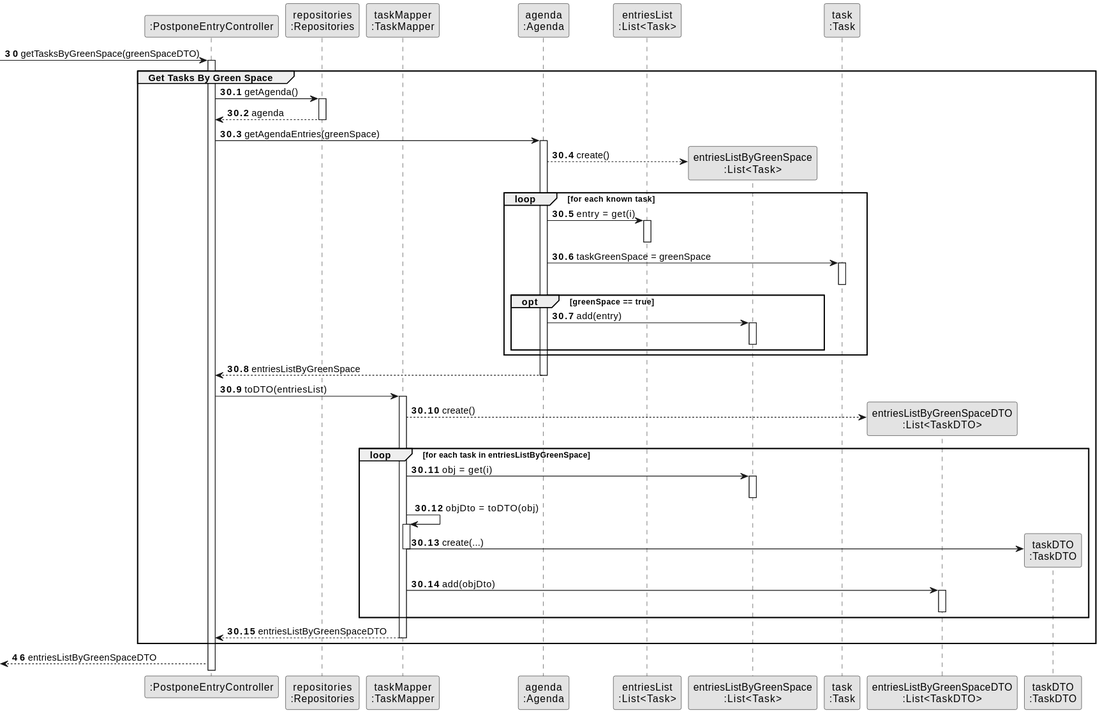
The PlantUML diagram docs/sprintC/us024/03.design/svg/us024-sequence-diagram-partial-get-tasks-by-green-space.svg in Departamento-de-Engenharia-Informatica/lei-24-s2-1dm-g132, before a commit.
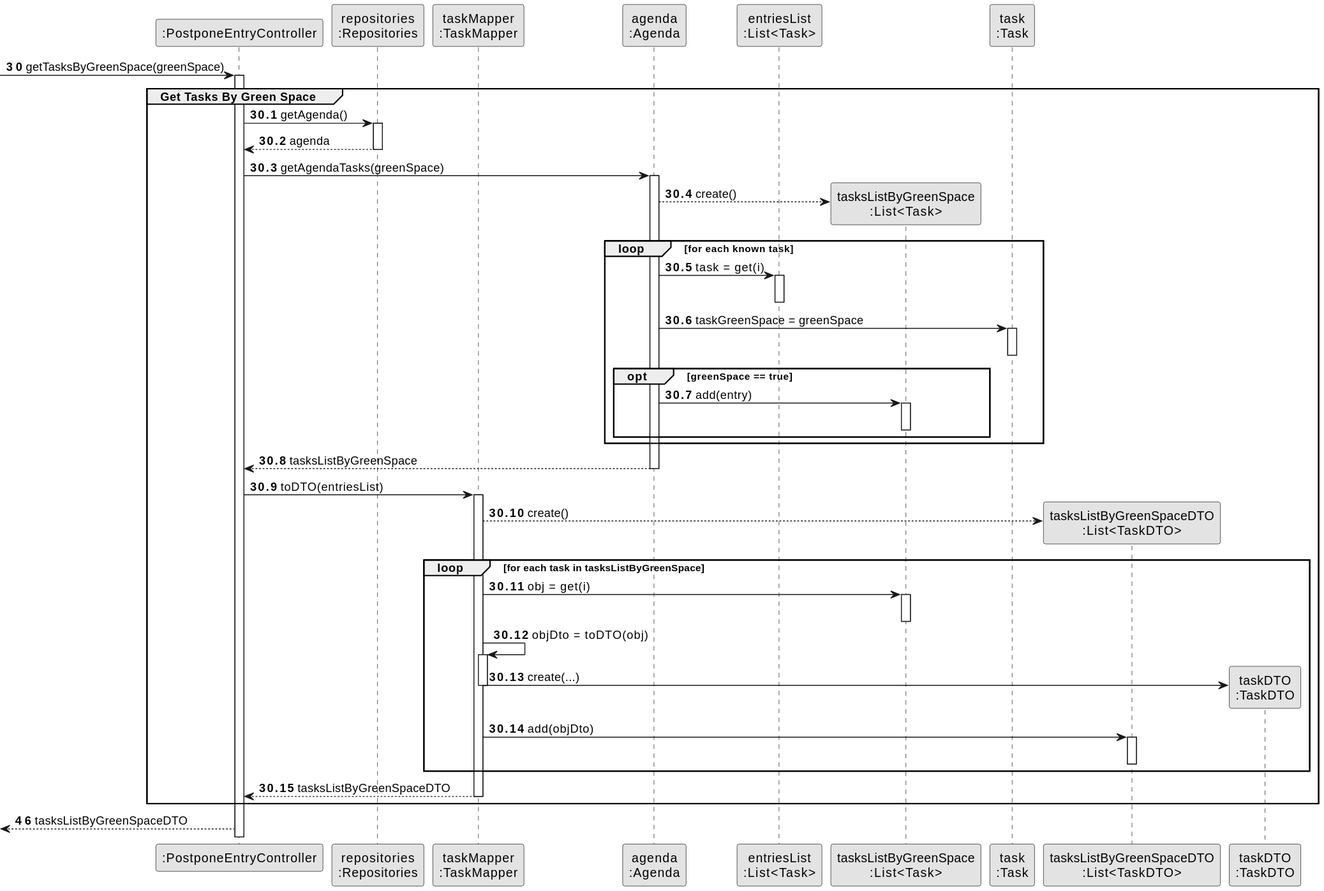
The same diagram one commit later.

Commit message:
US24 documentation: changed entries to tasks

The edit, as a diff of the source:
```diff
@@ -8,13 +8,13 @@
 participant "taskMapper\n:TaskMapper" as TaskMapper
 participant "agenda\n:Agenda" as Agenda
 participant "entriesList\n:List<Task>" as entriesList
-participant "entriesListByGreenSpace\n:List<Task>" as entriesListByGreenSpace
+participant "tasksListByGreenSpace\n:List<Task>" as tasksListByGreenSpace
 participant "task\n:Task" as task
-participant "entriesListByGreenSpaceDTO\n:List<TaskDTO>" as entriesListByGreenSpaceDTO
+participant "tasksListByGreenSpaceDTO\n:List<TaskDTO>" as tasksListByGreenSpaceDTO
 participant "taskDTO\n:TaskDTO" as TaskDTO
 
 autonumber 30
--> CTRL : getTasksByGreenSpace(greenSpaceDTO)
+-> CTRL : getTasksByGreenSpace(greenSpace)
 
 autonumber 30.1
 
@@ -26,14 +26,14 @@
            PLAT --> CTRL : agenda
            deactivate PLAT
 
-           CTRL -> Agenda : getAgendaEntries(greenSpace)
+           CTRL -> Agenda : getAgendaTasks(greenSpace)
            activate Agenda
 
-           Agenda --> entriesListByGreenSpace** : create()
+           Agenda --> tasksListByGreenSpace** : create()
 
            loop for each known task
 
-           Agenda -> entriesList : entry = get(i)
+           Agenda -> entriesList : task = get(i)
            activate entriesList
            deactivate entriesList
 
@@ -42,26 +42,26 @@
            deactivate task
 
            opt greenSpace == true
-           Agenda -> entriesListByGreenSpace : add(entry)
-           activate entriesListByGreenSpace
-           deactivate entriesListByGreenSpace
+           Agenda -> tasksListByGreenSpace : add(entry)
+           activate tasksListByGreenSpace
+           deactivate tasksListByGreenSpace
            end opt
 
            end loop
 
-           Agenda --> CTRL : entriesListByGreenSpace
+           Agenda --> CTRL : tasksListByGreenSpace
            deactivate Agenda
 
            CTRL -> TaskMapper : toDTO(entriesList)
            activate TaskMapper
 
-           TaskMapper --> entriesListByGreenSpaceDTO** : create()
+           TaskMapper --> tasksListByGreenSpaceDTO** : create()
 
-           loop for each task in entriesListByGreenSpace
+           loop for each task in tasksListByGreenSpace
 
-           TaskMapper -> entriesListByGreenSpace : obj = get(i)
-           activate entriesListByGreenSpace
-           deactivate entriesListByGreenSpace
+           TaskMapper -> tasksListByGreenSpace : obj = get(i)
+           activate tasksListByGreenSpace
+           deactivate tasksListByGreenSpace
 
            TaskMapper -> TaskMapper : objDto = toDTO(obj)
            activate TaskMapper
@@ -69,16 +69,16 @@
            TaskMapper -> TaskDTO** : create(...)
            deactivate TaskMapper
 
-           TaskMapper -> entriesListByGreenSpaceDTO : add(objDto)
-           activate entriesListByGreenSpaceDTO
-           deactivate entriesListByGreenSpaceDTO
+           TaskMapper -> tasksListByGreenSpaceDTO : add(objDto)
+           activate tasksListByGreenSpaceDTO
+           deactivate tasksListByGreenSpaceDTO
 
            end loop
 
-           TaskMapper --> CTRL : entriesListByGreenSpaceDTO
+           TaskMapper --> CTRL : tasksListByGreenSpaceDTO
            deactivate TaskMapper
 
 end group
 autonumber 46
-<-- CTRL : entriesListByGreenSpaceDTO
+<-- CTRL : tasksListByGreenSpaceDTO
 @enduml
```
